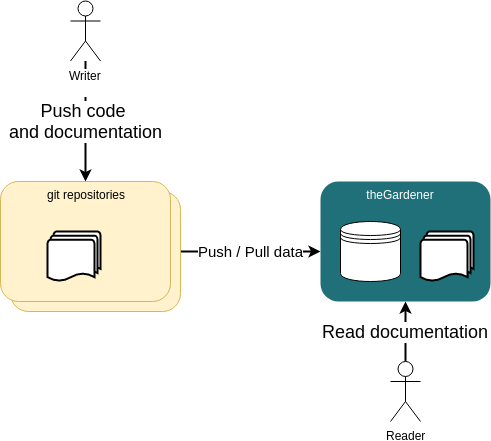
KelkooGroup/theGardener keeps this draw.io diagram as documentation/global/assets/images/theGardener_project_roles_reader_writer.png. Above is the earlier version. Source tidied: cells renumbered, new cells last; positions are measured from the earlier drawing's top-left corner, leaving out a move shared by most shapes.
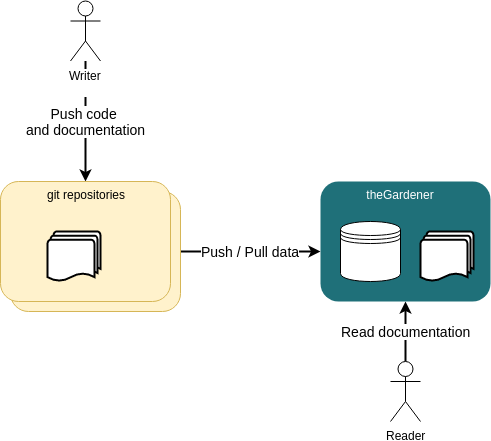
Later version of the same file.

The edit, as a diff of the source:
```diff
@@ -2,7 +2,7 @@
   <root>
     <mxCell id="0" />
     <mxCell id="1" parent="0" />
-    <mxCell id="2" value="&lt;div style=&quot;font-size: 15px;&quot;&gt;Push / Pull data&lt;/div&gt;" style="edgeStyle=orthogonalEdgeStyle;rounded=0;jettySize=auto;html=1;exitX=1;exitY=0.5;exitDx=0;exitDy=0;entryX=0;entryY=0.583;entryDx=0;entryDy=0;entryPerimeter=0;strokeWidth=2;fontSize=15;" parent="1" edge="1" source="3" target="4">
+    <mxCell id="2" value="&lt;div style=&quot;font-size: 14px;&quot;&gt;Push / Pull data&lt;/div&gt;" style="edgeStyle=orthogonalEdgeStyle;rounded=0;jettySize=auto;html=1;exitX=1;exitY=0.5;exitDx=0;exitDy=0;entryX=0;entryY=0.583;entryDx=0;entryDy=0;entryPerimeter=0;strokeWidth=2;fontSize=14;" parent="1" edge="1" source="3" target="4">
       <mxGeometry relative="1" as="geometry" />
     </mxCell>
     <mxCell id="3" style="rounded=1;whiteSpace=wrap;html=1;fillColor=#fff2cc;strokeColor=#d6b656;" parent="1" vertex="1">
@@ -11,7 +11,7 @@
     <mxCell id="4" style="rounded=1;whiteSpace=wrap;html=1;fillColor=#1F7079;strokeColor=none;fontColor=#FFFFFF;" parent="1" vertex="1">
       <mxGeometry x="320" y="180" width="170" height="120" as="geometry" />
     </mxCell>
-    <mxCell id="5" value="&lt;div style=&quot;font-size: 18px;&quot;&gt;Push code &lt;br style=&quot;font-size: 18px;&quot;&gt;and documentation&lt;/div&gt;" style="edgeStyle=orthogonalEdgeStyle;rounded=0;jettySize=auto;html=1;entryX=0.5;entryY=0;entryDx=0;entryDy=0;strokeWidth=2;fontSize=18;" parent="1" edge="1" source="6" target="12">
+    <mxCell id="5" value="&lt;div style=&quot;font-size: 14px;&quot;&gt;Push code &lt;br style=&quot;font-size: 14px;&quot;&gt;and documentation&lt;/div&gt;" style="edgeStyle=orthogonalEdgeStyle;rounded=0;jettySize=auto;html=1;entryX=0.5;entryY=0;entryDx=0;entryDy=0;strokeWidth=2;fontSize=14;" parent="1" edge="1" source="6" target="12">
       <mxGeometry relative="1" as="geometry" />
     </mxCell>
     <mxCell id="6" value="&lt;div&gt;Writer&lt;/div&gt;&lt;div&gt;&lt;br&gt;&lt;/div&gt;" style="shape=umlActor;verticalLabelPosition=bottom;labelBackgroundColor=#ffffff;verticalAlign=top;html=1;outlineConnect=0;" parent="1" vertex="1">
@@ -26,7 +26,7 @@
     <mxCell id="9" value="&lt;div&gt;theGardener&lt;/div&gt;&lt;div&gt;&lt;br&gt;&lt;/div&gt;" style="text;html=1;strokeColor=none;fillColor=none;align=center;verticalAlign=middle;whiteSpace=wrap;rounded=0;fontColor=#FFFFFF;" parent="1" vertex="1">
       <mxGeometry x="380" y="190" width="40" height="20" as="geometry" />
     </mxCell>
-    <mxCell id="10" value="&lt;div style=&quot;font-size: 18px;&quot;&gt;Read documentation&lt;/div&gt;" style="rounded=0;jettySize=auto;html=1;strokeWidth=2;fontSize=18;exitX=0.5;exitY=0;exitDx=0;exitDy=0;exitPerimeter=0;" parent="1" edge="1" source="11" target="4">
+    <mxCell id="10" value="&lt;div style=&quot;font-size: 14px;&quot;&gt;Read documentation&lt;/div&gt;" style="rounded=0;jettySize=auto;html=1;strokeWidth=2;fontSize=14;exitX=0.5;exitY=0;exitDx=0;exitDy=0;exitPerimeter=0;" parent="1" edge="1" source="11" target="4">
       <mxGeometry relative="1" as="geometry" />
     </mxCell>
     <mxCell id="11" value="&lt;div&gt;Reader&lt;/div&gt;" style="shape=umlActor;verticalLabelPosition=bottom;labelBackgroundColor=#ffffff;verticalAlign=top;html=1;outlineConnect=0;" parent="1" vertex="1">
```
